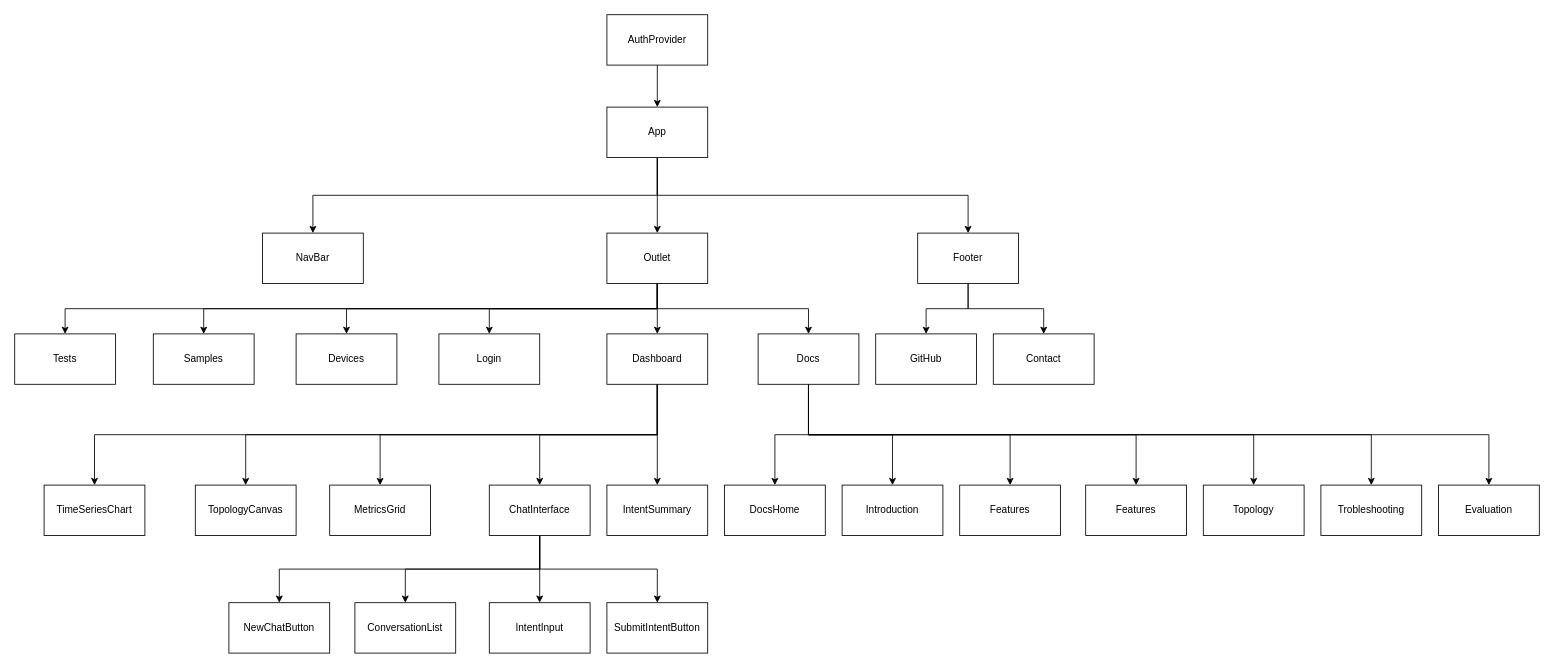
Above: page "components-relationship" (1 of 2) of diagram/fyp-frontend-design.drawio in THenryInGH/FYP (draw.io), before the change. Source tidied: cells renumbered, new cells numbered last; positions are measured from the earlier drawing's top-left corner, leaving out a move shared by most shapes. Both pictures are drawn from the tidied source at 84%, with x=0, y=0 at pixel (14, 14).
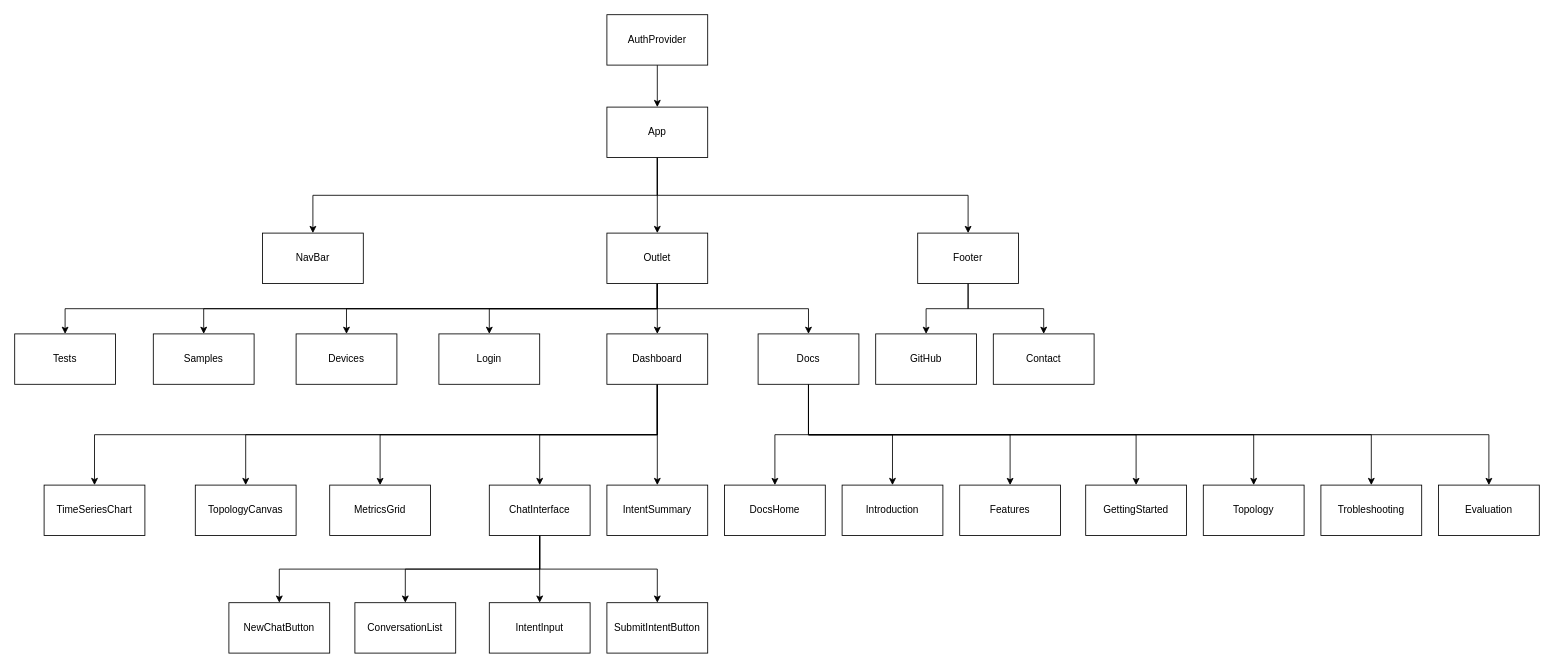
After the change.

What changed in the source:
```diff
@@
-    <mxCell id="55" value="Features" style="whiteSpace=wrap;html=1;" parent="1" vertex="1">
+    <mxCell id="55" value="GettingStarted" style="whiteSpace=wrap;html=1;" parent="1" vertex="1">
       <mxGeometry x="1275" y="560" width="120" height="60" as="geometry" />
     </mxCell>
```
